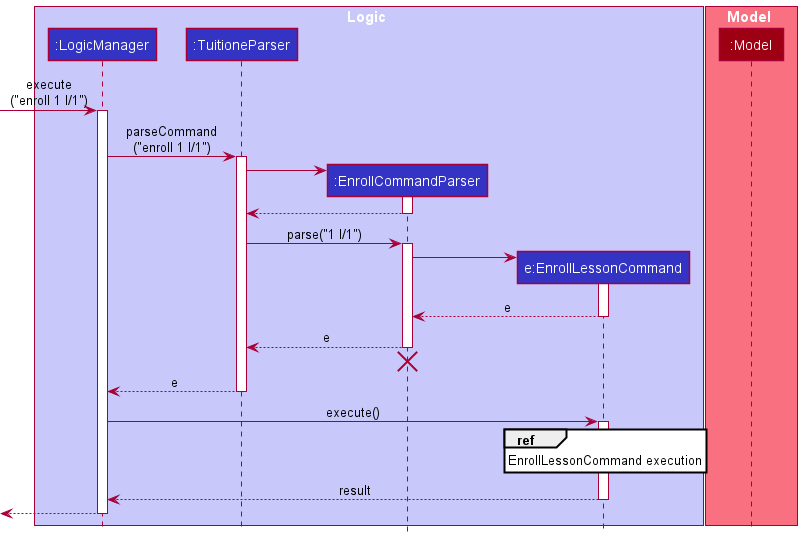
This is docs/images/DeveloperGuideImage/EnrollLessonSequenceDiagram0.png from nus-cs2103-AY2122S1/tp, a PlantUML export, as it was before one commit.
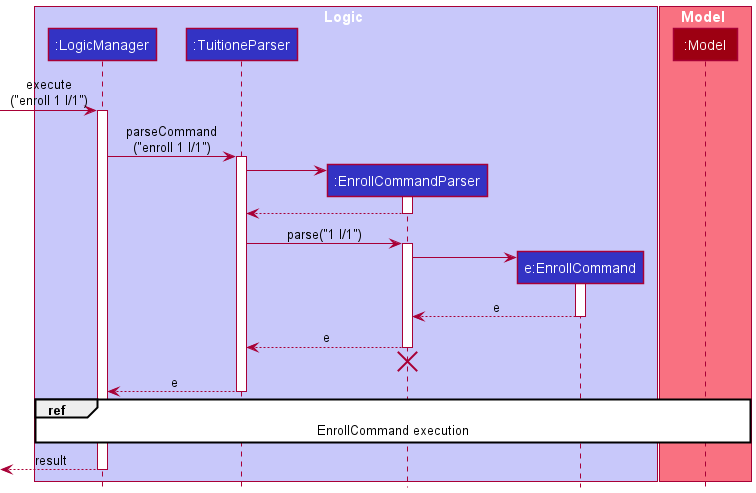
The same diagram one commit later.

Change to the diagram source:
```diff
@@ -5,7 +5,7 @@
 participant ":LogicManager" as LogicManager LOGIC_COLOR
 participant ":TuitioneParser" as TuitioneParser LOGIC_COLOR
 participant ":EnrollCommandParser" as EnrollCommandParser LOGIC_COLOR
-participant "e:EnrollLessonCommand" as EnrollLessonCommand LOGIC_COLOR
+participant "e:EnrollCommand" as EnrollCommand LOGIC_COLOR
 end box
 
 box Model MODEL_COLOR_T1
@@ -28,12 +28,12 @@
 TuitioneParser -> EnrollCommandParser : parse("1 l/1")
 activate EnrollCommandParser
 
-create EnrollLessonCommand
-EnrollCommandParser -> EnrollLessonCommand :
-activate EnrollLessonCommand
+create EnrollCommand
+EnrollCommandParser -> EnrollCommand :
+activate EnrollCommand
 
-EnrollLessonCommand --> EnrollCommandParser : e
-deactivate EnrollLessonCommand
+EnrollCommand --> EnrollCommandParser : e
+deactivate EnrollCommand
 
 EnrollCommandParser --> TuitioneParser : e
 deactivate EnrollCommandParser
@@ -43,15 +43,9 @@
 TuitioneParser --> LogicManager  : e
 deactivate TuitioneParser
 
-LogicManager -> EnrollLessonCommand : execute()
-activate EnrollLessonCommand
+ref over LogicManager, Model : EnrollCommand execution
 
-ref over EnrollLessonCommand : EnrollLessonCommand execution
-
-EnrollLessonCommand --> LogicManager : result
-deactivate EnrollLessonCommand
-
-[<--LogicManager
+[<--LogicManager : result
 deactivate LogicManager
 
 @enduml
```
